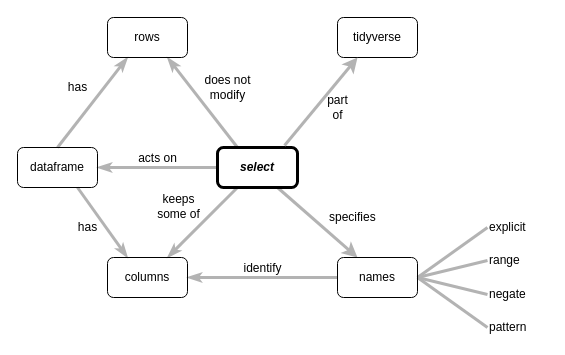
This is en/select.drawio from rstudio/concept-maps, a draw.io file, before an edit. Source tidied: cells renumbered, new cells numbered last; positions are measured from the earlier drawing's top-left corner, leaving out a move shared by most shapes. Both pictures are drawn from the tidied source at 100%, with x=0, y=0 at pixel (17, 17).
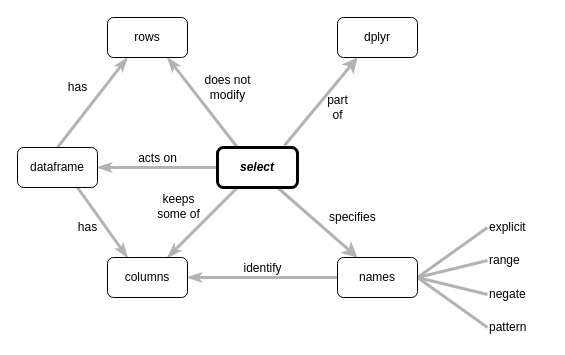
The same page after the edit.

Commit message (it also covers changes not shown here):
Adding overall concept map for dplyr

Diff of the diagram source:
```diff
@@
-    <mxCell id="14" value="tidyverse" style="rounded=1;whiteSpace=wrap;html=1;fontSize=12;fontFamily=Helvetica;fillColor=none;" parent="1" vertex="1">
+    <mxCell id="14" value="dplyr" style="rounded=1;whiteSpace=wrap;html=1;fontSize=12;fontFamily=Helvetica;fillColor=none;" parent="1" vertex="1">
       <mxGeometry x="320" width="80" height="40" as="geometry" />
     </mxCell>
```
